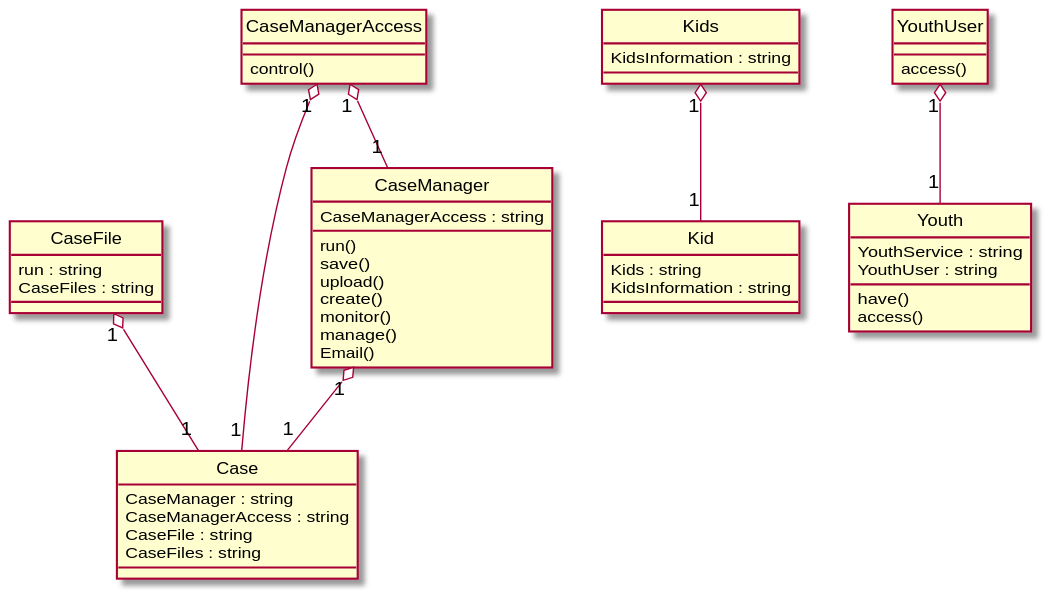
The PlantUML diagram Diagrams/2014-USC-Project08.svg in xixixhalu/DomainModelExtractor, before a commit. Its diagram source:
```plantuml
@startuml
hide circle
class CaseFile {
	run : string
	CaseFiles : string
}
class Kids {
	KidsInformation : string
}
class Kid {
	Kids : string
	KidsInformation : string
}
class Case {
	CaseManager : string
	CaseManagerAccess : string
	CaseFile : string
	CaseFiles : string
}
class CaseManager {
	CaseManagerAccess : string
	run()
	save()
	upload()
	create()
	monitor()
	manage()
	Email()
}
class Youth {
	YouthService : string
	YouthUser : string
	have()
	access()
}
class YouthUser {
	access()
}
class CaseManagerAccess {
	control()
}
CaseManagerAccess "1" o-- "1" CaseManager
CaseManagerAccess "1" o-- "1" Case
CaseManager "1" o-- "1" Case
YouthUser "1" o-- "1" Youth
CaseFile "1" o-- "1" Case
Kids "1" o-- "1" Kid
@enduml
```
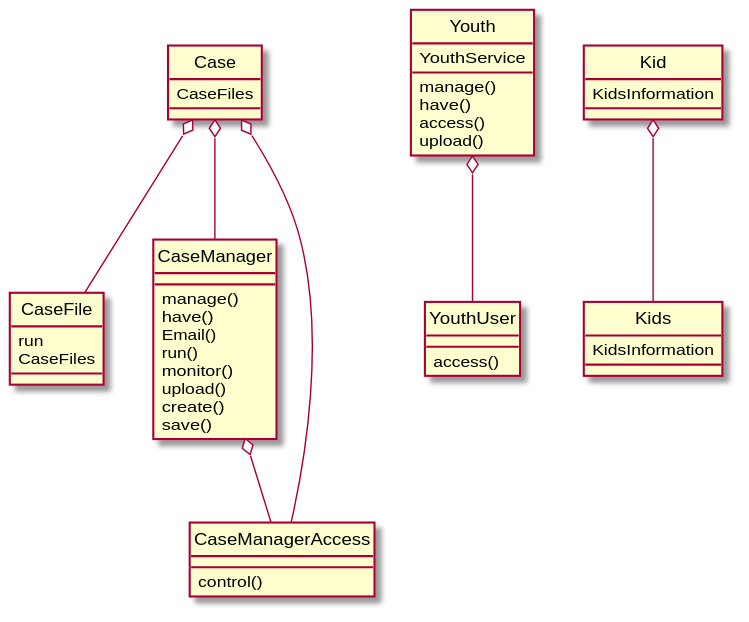
The same diagram one commit later.

The edit, as a diff of the source:
```diff
@@ -1,37 +1,34 @@
 @startuml
 hide circle
 class CaseFile {
-	run : string
-	CaseFiles : string
+	run
+	CaseFiles
+}
+class Youth {
+	YouthService
+	manage()
+	have()
+	access()
+	upload()
 }
 class Kids {
-	KidsInformation : string
+	KidsInformation
+}
+class Case {
+	CaseFiles
 }
 class Kid {
-	Kids : string
-	KidsInformation : string
-}
-class Case {
-	CaseManager : string
-	CaseManagerAccess : string
-	CaseFile : string
-	CaseFiles : string
+	KidsInformation
 }
 class CaseManager {
-	CaseManagerAccess : string
+	manage()
+	have()
+	Email()
 	run()
-	save()
+	monitor()
 	upload()
 	create()
-	monitor()
-	manage()
-	Email()
-}
-class Youth {
-	YouthService : string
-	YouthUser : string
-	have()
-	access()
+	save()
 }
 class YouthUser {
 	access()
@@ -39,10 +36,10 @@
 class CaseManagerAccess {
 	control()
 }
-CaseManagerAccess "1" o-- "1" CaseManager
-CaseManagerAccess "1" o-- "1" Case
-CaseManager "1" o-- "1" Case
-YouthUser "1" o-- "1" Youth
-CaseFile "1" o-- "1" Case
-Kids "1" o-- "1" Kid
+Case o-- CaseManager
+Case o-- CaseManagerAccess
+Kid o-- Kids
+CaseManager o-- CaseManagerAccess
+Youth o-- YouthUser
+Case o-- CaseFile
 @enduml
```
